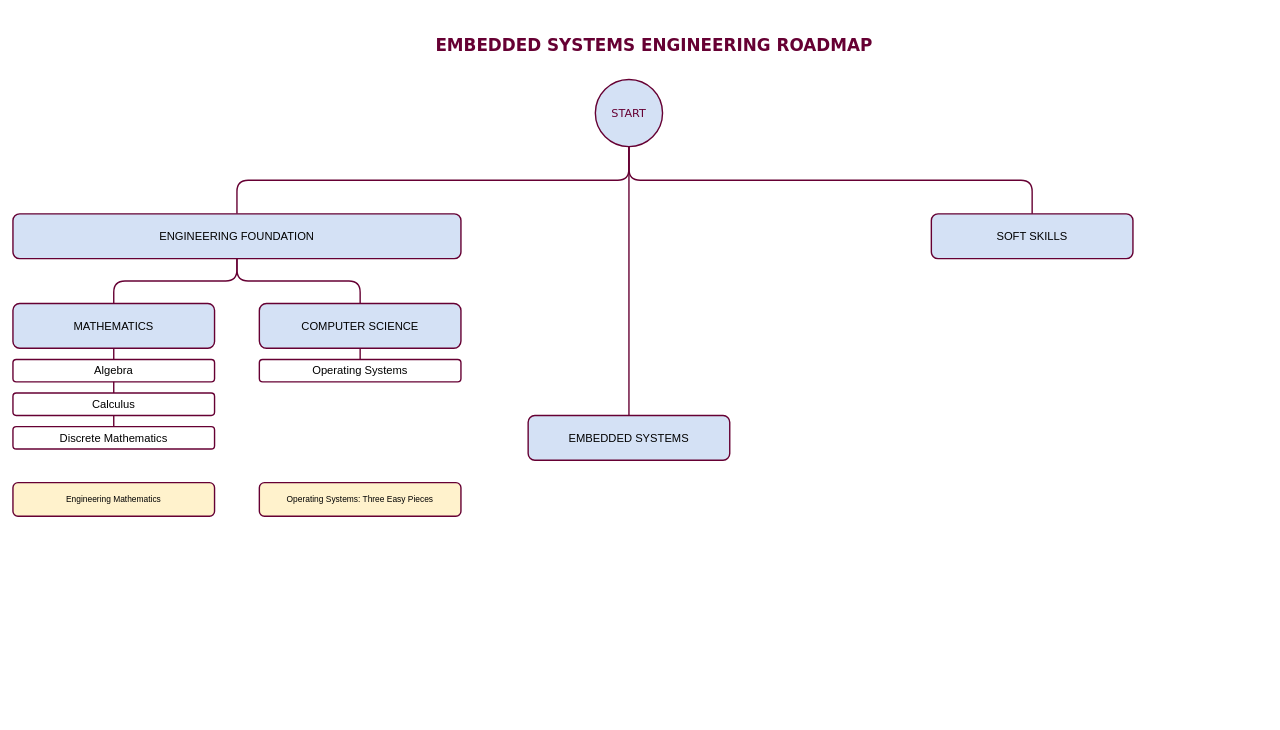
Earlier version of the draw.io diagram page "Page-1" (1 of 2) of resources/sw-engineering-roadmap.drawio (HenrikSamuelsson/embedded-systems-engineering-roadmap). Source tidied: cells renumbered, new cells numbered last; positions are measured from the earlier drawing's top-left corner, leaving out a move shared by most shapes. Both pictures are drawn from the tidied source at 70%, with x=0, y=0 at pixel (13, 12).
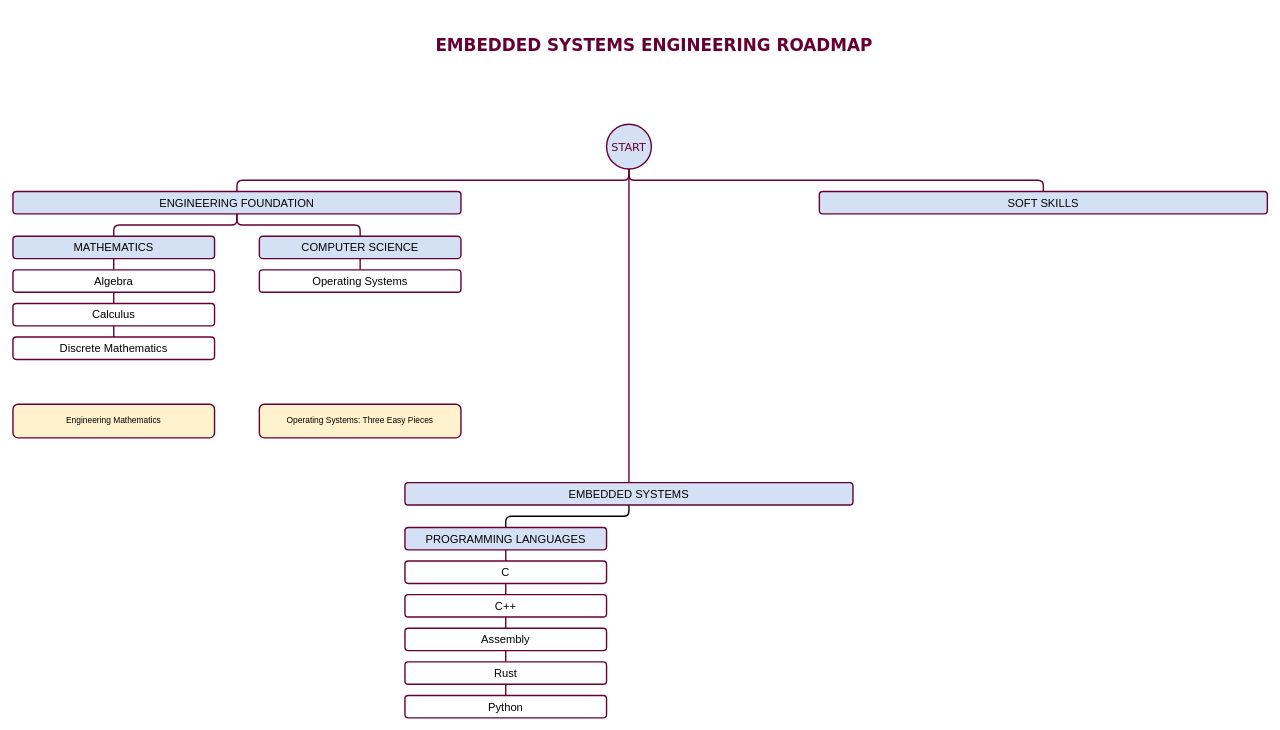
The same diagram, later.

Commit message:
Add list of embedded programming languages.

What changed in the source:
```diff
@@
-    <mxCell id="3" style="edgeStyle=orthogonalEdgeStyle;jettySize=auto;html=1;exitX=0.5;exitY=1;exitDx=0;exitDy=0;entryX=0.5;entryY=0;entryDx=0;entryDy=0;arcSize=32;strokeColor=#660033;endArrow=none;endFill=0;strokeWidth=2;jumpSize=6;comic=0;flowAnimation=0;rounded=1;" parent="1" edge="1" source="4" target="5">
+    <mxCell id="3" style="edgeStyle=elbowEdgeStyle;jettySize=auto;html=1;exitX=0.5;exitY=1;exitDx=0;exitDy=0;entryX=0.5;entryY=0;entryDx=0;entryDy=0;arcSize=16;strokeColor=#660033;endArrow=none;endFill=0;strokeWidth=2;jumpSize=6;comic=0;flowAnimation=0;rounded=1;elbow=vertical;" parent="1" edge="1" source="4" target="5">
       <mxGeometry relative="1" as="geometry" />
     </mxCell>
     <mxCell id="4" value="&lt;font style=&quot;font-size: 16px;&quot; face=&quot;Verdana&quot;&gt;START&lt;/font&gt;" style="ellipse;whiteSpace=wrap;html=1;fillColor=#D4E1F5;strokeColor=#660033;fontColor=#660033;strokeWidth=2;" parent="1" vertex="1">
-      <mxGeometry x="832" y="96" width="96" height="96" as="geometry" />
+      <mxGeometry x="848" y="160" width="64" height="64" as="geometry" />
     </mxCell>
     <mxCell id="5" value="&lt;font style=&quot;font-size: 16px;&quot;&gt;ENGINEERING FOUNDATION&lt;/font&gt;" style="rounded=1;whiteSpace=wrap;html=1;fillColor=#D4E1F5;strokeColor=#660033;spacing=8;strokeWidth=2;" parent="1" vertex="1">
-      <mxGeometry y="288" width="640" height="64" as="geometry" />
+      <mxGeometry y="256" width="640" height="32" as="geometry" />
     </mxCell>
     <mxCell id="6" value="&lt;font style=&quot;font-size: 16px;&quot;&gt;SOFT SKILLS&lt;/font&gt;" style="rounded=1;whiteSpace=wrap;html=1;fillColor=#D4E1F5;strokeColor=#660033;spacing=8;strokeWidth=2;" parent="1" vertex="1">
-      <mxGeometry x="1312" y="288" width="288" height="64" as="geometry" />
+      <mxGeometry x="1152" y="256" width="640" height="32" as="geometry" />
     </mxCell>
+    <mxCell id="24" style="edgeStyle=elbowEdgeStyle;rounded=1;jettySize=auto;html=1;exitX=0.5;exitY=1;exitDx=0;exitDy=0;entryX=0.5;entryY=0;entryDx=0;entryDy=0;strokeWidth=2;endArrow=none;endFill=0;elbow=vertical;arcSize=16;" parent="1" edge="1" source="7" target="25">
+      <mxGeometry relative="1" as="geometry" />
+    </mxCell>
     <mxCell id="7" value="&lt;font style=&quot;font-size: 16px;&quot;&gt;EMBEDDED SYSTEMS&lt;/font&gt;" style="rounded=1;whiteSpace=wrap;html=1;fillColor=#D4E1F5;strokeColor=#660033;spacing=8;strokeWidth=2;" parent="1" vertex="1">
-      <mxGeometry x="736" y="576" width="288" height="64" as="geometry" />
+      <mxGeometry x="560" y="672" width="640" height="32" as="geometry" />
     </mxCell>
-    <mxCell id="8" style="edgeStyle=orthogonalEdgeStyle;rounded=1;jettySize=auto;html=1;exitX=0.5;exitY=1;exitDx=0;exitDy=0;entryX=0.5;entryY=0;entryDx=0;entryDy=0;arcSize=32;strokeColor=#660033;endArrow=none;endFill=0;strokeWidth=2;jumpSize=6;" parent="1" edge="1" source="4" target="7">
+    <mxCell id="8" style="edgeStyle=orthogonalEdgeStyle;rounded=1;jettySize=auto;html=1;exitX=0.5;exitY=1;exitDx=0;exitDy=0;entryX=0.5;entryY=0;entryDx=0;entryDy=0;arcSize=16;strokeColor=#660033;endArrow=none;endFill=0;strokeWidth=2;jumpSize=6;" parent="1" edge="1" source="4" target="7">
       <mxGeometry relative="1" as="geometry" />
     </mxCell>
-    <mxCell id="9" style="edgeStyle=orthogonalEdgeStyle;rounded=1;jettySize=auto;html=1;exitX=0.5;exitY=1;exitDx=0;exitDy=0;entryX=0.5;entryY=0;entryDx=0;entryDy=0;arcSize=32;strokeColor=#660033;endArrow=none;endFill=0;strokeWidth=2;jumpSize=6;" parent="1" edge="1" source="4" target="6">
+    <mxCell id="9" style="edgeStyle=elbowEdgeStyle;rounded=1;jettySize=auto;html=1;exitX=0.5;exitY=1;exitDx=0;exitDy=0;entryX=0.5;entryY=0;entryDx=0;entryDy=0;arcSize=16;strokeColor=#660033;endArrow=none;endFill=0;strokeWidth=2;jumpSize=6;elbow=vertical;" parent="1" edge="1" source="4" target="6">
       <mxGeometry relative="1" as="geometry" />
     </mxCell>
@@
     <mxCell id="11" value="&lt;span style=&quot;font-size: 16px;&quot;&gt;MATHEMATICS&lt;/span&gt;" style="rounded=1;whiteSpace=wrap;html=1;fillColor=#D4E1F5;strokeColor=#660033;spacing=8;strokeWidth=2;" parent="1" vertex="1">
-      <mxGeometry y="416" width="288" height="64" as="geometry" />
+      <mxGeometry y="320" width="288" height="32" as="geometry" />
     </mxCell>
-    <mxCell id="12" style="edgeStyle=orthogonalEdgeStyle;rounded=1;jettySize=auto;html=1;exitX=0.5;exitY=1;exitDx=0;exitDy=0;arcSize=32;strokeColor=#660033;endArrow=none;endFill=0;strokeWidth=2;entryX=0.5;entryY=0;entryDx=0;entryDy=0;jumpSize=6;" parent="1" edge="1" source="5" target="11">
+    <mxCell id="12" style="edgeStyle=elbowEdgeStyle;rounded=1;jettySize=auto;html=1;exitX=0.5;exitY=1;exitDx=0;exitDy=0;arcSize=16;strokeColor=#660033;endArrow=none;endFill=0;strokeWidth=2;entryX=0.5;entryY=0;entryDx=0;entryDy=0;jumpSize=6;elbow=vertical;" parent="1" edge="1" source="5" target="11">
       <mxGeometry relative="1" as="geometry" />
     </mxCell>
     <mxCell id="13" value="Engineering Mathematics" style="rounded=1;whiteSpace=wrap;html=1;fillColor=#fff2cc;strokeColor=#660033;spacing=8;strokeWidth=2;rotation=0;" parent="1" vertex="1">
-      <mxGeometry y="672" width="288" height="48" as="geometry" />
+      <mxGeometry y="560" width="288" height="48" as="geometry" />
     </mxCell>
     <mxCell id="14" value="&lt;span style=&quot;font-size: 16px;&quot;&gt;COMPUTER SCIENCE&lt;/span&gt;" style="rounded=1;whiteSpace=wrap;html=1;fillColor=#D4E1F5;strokeColor=#660033;spacing=8;strokeWidth=2;arcSize=16;" parent="1" vertex="1">
-      <mxGeometry x="352" y="416" width="288" height="64" as="geometry" />
+      <mxGeometry x="352" y="320" width="288" height="32" as="geometry" />
     </mxCell>
-    <mxCell id="15" style="edgeStyle=orthogonalEdgeStyle;rounded=1;jettySize=auto;html=1;exitX=0.5;exitY=1;exitDx=0;exitDy=0;arcSize=32;strokeColor=#660033;endArrow=none;endFill=0;strokeWidth=2;entryX=0.5;entryY=0;entryDx=0;entryDy=0;jumpSize=6;" parent="1" edge="1" source="5" target="14">
+    <mxCell id="15" style="edgeStyle=elbowEdgeStyle;rounded=1;jettySize=auto;html=1;exitX=0.5;exitY=1;exitDx=0;exitDy=0;arcSize=16;strokeColor=#660033;endArrow=none;endFill=0;strokeWidth=2;entryX=0.5;entryY=0;entryDx=0;entryDy=0;jumpSize=6;elbow=vertical;" parent="1" edge="1" source="5" target="14">
       <mxGeometry relative="1" as="geometry" />
     </mxCell>
     <mxCell id="16" value="Operating Systems: Three Easy Pieces" style="rounded=1;whiteSpace=wrap;html=1;fillColor=#fff2cc;strokeColor=#660033;spacing=8;strokeWidth=2;" parent="1" vertex="1">
-      <mxGeometry x="352" y="672" width="288" height="48" as="geometry" />
+      <mxGeometry x="352" y="560" width="288" height="48" as="geometry" />
     </mxCell>
@@
     <mxCell id="18" value="&lt;span style=&quot;font-size: 16px;&quot;&gt;Algebra&lt;/span&gt;" style="rounded=1;whiteSpace=wrap;html=1;spacing=8;strokeWidth=2;strokeColor=#660033;" parent="1" vertex="1">
-      <mxGeometry y="496" width="288" height="32" as="geometry" />
+      <mxGeometry y="368" width="288" height="32" as="geometry" />
     </mxCell>
     <mxCell id="19" value="&lt;span style=&quot;font-size: 16px;&quot;&gt;Calculus&lt;/span&gt;" style="rounded=1;whiteSpace=wrap;html=1;spacing=8;strokeWidth=2;strokeColor=#660033;" parent="1" vertex="1">
-      <mxGeometry y="544" width="288" height="32" as="geometry" />
+      <mxGeometry y="416" width="288" height="32" as="geometry" />
     </mxCell>
     <mxCell id="20" value="&lt;span style=&quot;font-size: 16px;&quot;&gt;Discrete Mathematics&lt;/span&gt;" style="rounded=1;whiteSpace=wrap;html=1;spacing=8;strokeWidth=2;strokeColor=#660033;" parent="1" vertex="1">
-      <mxGeometry y="592" width="288" height="32" as="geometry" />
+      <mxGeometry y="464" width="288" height="32" as="geometry" />
     </mxCell>
@@
     <mxCell id="22" value="&lt;span style=&quot;font-size: 16px;&quot;&gt;Operating Systems&lt;/span&gt;" style="rounded=1;whiteSpace=wrap;html=1;spacing=8;strokeWidth=2;strokeColor=#660033;" parent="1" vertex="1">
-      <mxGeometry x="352" y="496" width="288" height="32" as="geometry" />
+      <mxGeometry x="352" y="368" width="288" height="32" as="geometry" />
     </mxCell>
@@
+    <mxCell id="25" value="&lt;span style=&quot;font-size: 16px;&quot;&gt;PROGRAMMING LANGUAGES&lt;/span&gt;" style="rounded=1;whiteSpace=wrap;html=1;fillColor=#D4E1F5;strokeColor=#660033;spacing=8;strokeWidth=2;" parent="1" vertex="1">
+      <mxGeometry x="560" y="736" width="288" height="32" as="geometry" />
+    </mxCell>
+    <mxCell id="26" style="edgeStyle=orthogonalEdgeStyle;rounded=0;jettySize=auto;html=1;exitX=0.5;exitY=1;exitDx=0;exitDy=0;entryX=0.5;entryY=0;entryDx=0;entryDy=0;endArrow=none;endFill=0;strokeWidth=2;strokeColor=#660033;" parent="1" edge="1" source="25" target="28">
+      <mxGeometry relative="1" as="geometry" />
+    </mxCell>
+    <mxCell id="27" style="edgeStyle=orthogonalEdgeStyle;rounded=0;jettySize=auto;html=1;exitX=0.5;exitY=1;exitDx=0;exitDy=0;strokeWidth=2;endArrow=none;endFill=0;strokeColor=#660033;" parent="1" edge="1" source="28" target="29">
+      <mxGeometry relative="1" as="geometry" />
+    </mxCell>
+    <mxCell id="28" value="&lt;span style=&quot;font-size: 16px;&quot;&gt;C&lt;/span&gt;" style="rounded=1;whiteSpace=wrap;html=1;spacing=8;strokeWidth=2;strokeColor=#660033;" parent="1" vertex="1">
+      <mxGeometry x="560" y="784" width="288" height="32" as="geometry" />
+    </mxCell>
+    <mxCell id="29" value="&lt;span style=&quot;font-size: 16px;&quot;&gt;C++&lt;/span&gt;" style="rounded=1;whiteSpace=wrap;html=1;spacing=8;strokeWidth=2;strokeColor=#660033;" parent="1" vertex="1">
+      <mxGeometry x="560" y="832" width="288" height="32" as="geometry" />
+    </mxCell>
+    <mxCell id="30" value="&lt;span style=&quot;font-size: 16px;&quot;&gt;Assembly&lt;/span&gt;" style="rounded=1;whiteSpace=wrap;html=1;spacing=8;strokeWidth=2;strokeColor=#660033;" parent="1" vertex="1">
+      <mxGeometry x="560" y="880" width="288" height="32" as="geometry" />
+    </mxCell>
+    <mxCell id="31" style="edgeStyle=orthogonalEdgeStyle;rounded=0;jettySize=auto;html=1;exitX=0.5;exitY=1;exitDx=0;exitDy=0;strokeWidth=2;endArrow=none;endFill=0;entryX=0.5;entryY=0;entryDx=0;entryDy=0;strokeColor=#660033;" parent="1" edge="1" source="29" target="30">
+      <mxGeometry relative="1" as="geometry" />
+    </mxCell>
+    <mxCell id="32" value="&lt;span style=&quot;font-size: 16px;&quot;&gt;Rust&lt;/span&gt;" style="rounded=1;whiteSpace=wrap;html=1;spacing=8;strokeWidth=2;strokeColor=#660033;" parent="1" vertex="1">
+      <mxGeometry x="560" y="928" width="288" height="32" as="geometry" />
+    </mxCell>
+    <mxCell id="33" value="&lt;span style=&quot;font-size: 16px;&quot;&gt;Python&lt;/span&gt;" style="rounded=1;whiteSpace=wrap;html=1;spacing=8;strokeWidth=2;strokeColor=#660033;" parent="1" vertex="1">
+      <mxGeometry x="560" y="976" width="288" height="32" as="geometry" />
+    </mxCell>
+    <mxCell id="34" style="edgeStyle=orthogonalEdgeStyle;rounded=0;jettySize=auto;html=1;exitX=0.5;exitY=1;exitDx=0;exitDy=0;entryX=0.5;entryY=0;entryDx=0;entryDy=0;endArrow=none;endFill=0;strokeWidth=2;strokeColor=#660033;" parent="1" edge="1" source="32" target="33">
+      <mxGeometry relative="1" as="geometry" />
+    </mxCell>
+    <mxCell id="35" style="edgeStyle=orthogonalEdgeStyle;rounded=0;jettySize=auto;html=1;exitX=0.5;exitY=1;exitDx=0;exitDy=0;entryX=0.5;entryY=0;entryDx=0;entryDy=0;endArrow=none;endFill=0;strokeWidth=2;strokeColor=#660033;" parent="1" edge="1" source="30" target="32">
+      <mxGeometry relative="1" as="geometry" />
+    </mxCell>
```
